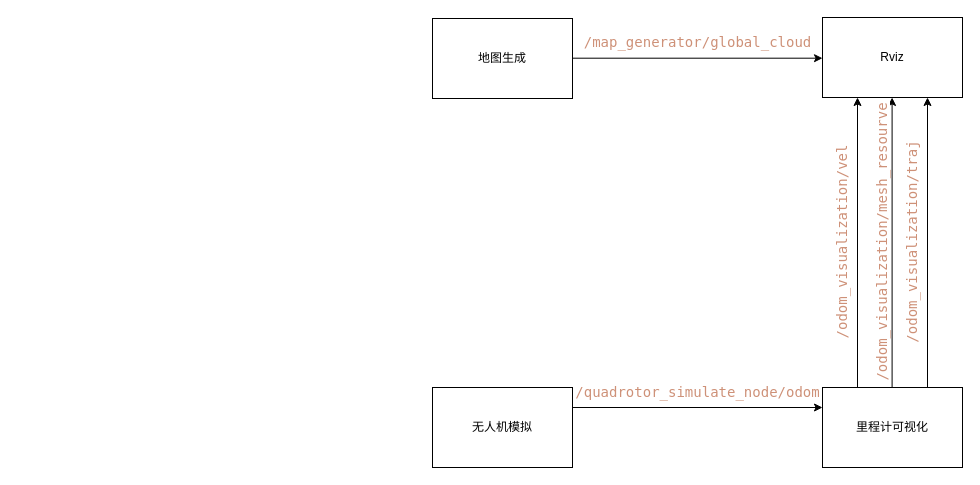
This is other/Code.drawio from TidesFlow/Test-Planner, a draw.io file, before an edit. Source tidied: cells renumbered, new cells numbered last; positions are measured from the earlier drawing's top-left corner, leaving out a move shared by most shapes. Both pictures are drawn from the tidied source at 100%, with x=0, y=0 at pixel (432, 17).
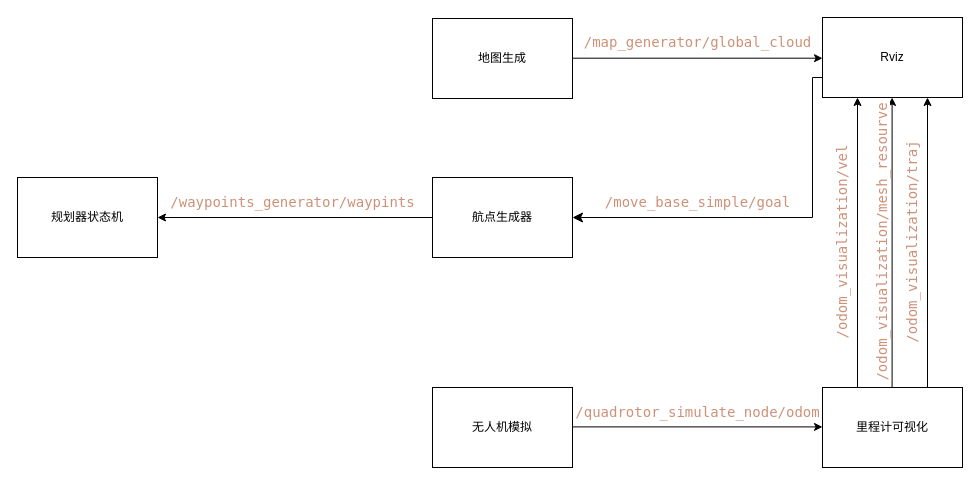
After the change.

Unchanged cells that the change refers to:
```xml
<mxCell id="6" value="无人机模拟" style="rounded=0;whiteSpace=wrap;html=1;" parent="1" vertex="1">
  <mxGeometry y="370" width="140" height="80" as="geometry" />
</mxCell>
<mxCell id="11" value="里程计可视化" style="rounded=0;whiteSpace=wrap;html=1;" parent="1" vertex="1">
  <mxGeometry x="390" y="370" width="140" height="80" as="geometry" />
</mxCell>
<mxCell id="12" value="Rviz" style="rounded=0;whiteSpace=wrap;html=1;" parent="1" vertex="1">
  <mxGeometry x="390" width="140" height="80" as="geometry" />
</mxCell>
```

Change to the diagram source:
```diff
@@
-    <mxCell id="5" style="edgeStyle=none;html=1;exitX=1;exitY=0.25;exitDx=0;exitDy=0;entryX=0;entryY=0.25;entryDx=0;entryDy=0;" parent="1" edge="1" source="6" target="11">
-      <mxGeometry relative="1" as="geometry" />
+    <mxCell id="5" style="edgeStyle=none;html=1;exitX=1;exitY=0.25;exitDx=0;exitDy=0;entryX=0;entryY=0.25;entryDx=0;entryDy=0;" parent="1" edge="1">
+      <mxGeometry relative="1" as="geometry">
+        <mxPoint x="140" y="409.4" as="sourcePoint" />
+        <mxPoint x="390" y="409.4" as="targetPoint" />
+      </mxGeometry>
     </mxCell>
@@
     <mxCell id="7" value="&lt;span style=&quot;color: rgb(206, 145, 120); font-family: &amp;quot;Droid Sans Mono&amp;quot;, &amp;quot;monospace&amp;quot;, monospace; font-size: 14px; white-space-collapse: preserve; background-color: rgb(255, 255, 255);&quot;&gt;/quadrotor_simulate_node/odom&lt;/span&gt;" style="text;html=1;align=center;verticalAlign=middle;strokeColor=none;fillColor=none;" parent="1" vertex="1">
-      <mxGeometry x="130" y="360" width="270" height="30" as="geometry" />
+      <mxGeometry x="130" y="380" width="270" height="30" as="geometry" />
     </mxCell>
@@
+    <mxCell id="16" style="edgeStyle=none;html=1;exitX=0;exitY=0.5;exitDx=0;exitDy=0;entryX=1;entryY=0.5;entryDx=0;entryDy=0;" parent="1" edge="1" source="17" target="20">
+      <mxGeometry relative="1" as="geometry" />
+    </mxCell>
+    <mxCell id="17" value="航点生成器" style="rounded=0;whiteSpace=wrap;html=1;" parent="1" vertex="1">
+      <mxGeometry y="160" width="140" height="80" as="geometry" />
+    </mxCell>
+    <mxCell id="18" value="&lt;div style=&quot;color: rgb(204, 204, 204); font-family: &amp;quot;Droid Sans Mono&amp;quot;, &amp;quot;monospace&amp;quot;, monospace; font-size: 14px; line-height: 19px; white-space-collapse: preserve;&quot;&gt;&lt;span style=&quot;color: rgb(206, 145, 120); background-color: rgb(255, 255, 255);&quot;&gt;/move_base_simple/goal&lt;/span&gt;&lt;/div&gt;" style="text;html=1;align=center;verticalAlign=middle;strokeColor=none;fillColor=none;" parent="1" vertex="1">
+      <mxGeometry x="160" y="170" width="210" height="30" as="geometry" />
+    </mxCell>
+    <mxCell id="19" style="edgeStyle=elbowEdgeStyle;elbow=horizontal;endArrow=classic;html=1;curved=0;rounded=0;endSize=8;startSize=8;exitX=0;exitY=0.75;exitDx=0;exitDy=0;" parent="1" edge="1" source="12" target="17">
+      <mxGeometry relative="1" as="geometry">
+        <Array as="points">
+          <mxPoint x="380" y="130" />
+        </Array>
+      </mxGeometry>
+    </mxCell>
+    <mxCell id="20" value="规划器状态机" style="rounded=0;whiteSpace=wrap;html=1;" parent="1" vertex="1">
+      <mxGeometry x="-415" y="160" width="140" height="80" as="geometry" />
+    </mxCell>
+    <mxCell id="21" value="&lt;div style=&quot;color: rgb(204, 204, 204); font-family: &amp;quot;Droid Sans Mono&amp;quot;, &amp;quot;monospace&amp;quot;, monospace; font-size: 14px; line-height: 19px; white-space-collapse: preserve;&quot;&gt;&lt;span style=&quot;color: rgb(206, 145, 120); background-color: rgb(255, 255, 255);&quot;&gt;/waypoints_generator/waypints&lt;/span&gt;&lt;/div&gt;" style="text;html=1;align=center;verticalAlign=middle;strokeColor=none;fillColor=none;" parent="1" vertex="1">
+      <mxGeometry x="-275" y="170" width="270" height="30" as="geometry" />
+    </mxCell>
```
